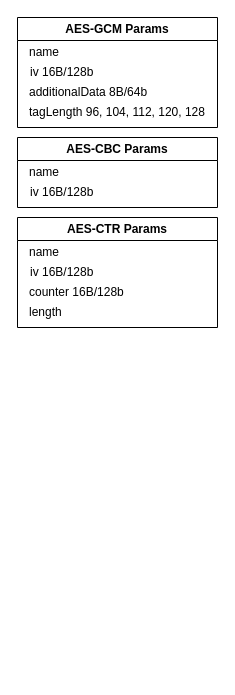
This is wcapi-params.drawio from DanielEllisHarvey/wcapi, a draw.io file, before an edit. Source tidied: cells renumbered, new cells numbered last; positions are measured from the earlier drawing's top-left corner, leaving out a move shared by most shapes. Both pictures are drawn from the tidied source at 100%, with x=0, y=0 at pixel (17, 17).
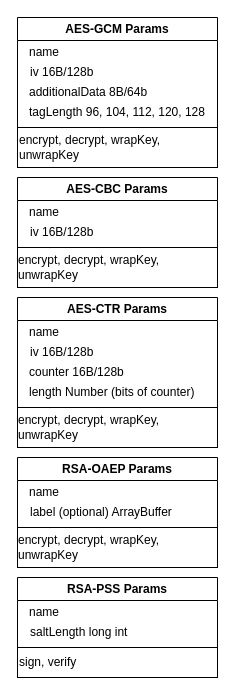
The same page after the edit.

Change to the diagram source:
```diff
@@
     <mxCell id="7" value="AES-CBC Params" style="swimlane;whiteSpace=wrap;html=1;" parent="1" vertex="1">
-      <mxGeometry y="120" width="200" height="70" as="geometry" />
+      <mxGeometry y="160" width="200" height="70" as="geometry" />
     </mxCell>
@@
     <mxCell id="10" value="AES-CTR Params" style="swimlane;whiteSpace=wrap;html=1;" parent="1" vertex="1">
-      <mxGeometry y="200" width="200" height="110" as="geometry" />
+      <mxGeometry y="280" width="200" height="110" as="geometry" />
     </mxCell>
@@
-    <mxCell id="14" value="length " style="text;html=1;align=left;verticalAlign=middle;whiteSpace=wrap;rounded=0;" parent="10" vertex="1">
-      <mxGeometry x="10" y="80" width="130" height="30" as="geometry" />
+    <mxCell id="14" value="length Number (bits of counter)" style="text;html=1;align=left;verticalAlign=middle;whiteSpace=wrap;rounded=0;" parent="10" vertex="1">
+      <mxGeometry x="10" y="80" width="180" height="30" as="geometry" />
     </mxCell>
+    <mxCell id="15" value="RSA-OAEP Params" style="swimlane;whiteSpace=wrap;html=1;" parent="1" vertex="1">
+      <mxGeometry y="440" width="200" height="70" as="geometry" />
+    </mxCell>
+    <mxCell id="16" value="name" style="text;html=1;align=left;verticalAlign=middle;whiteSpace=wrap;rounded=0;" parent="15" vertex="1">
+      <mxGeometry x="10" y="20" width="60" height="30" as="geometry" />
+    </mxCell>
+    <mxCell id="17" value="label (optional) ArrayBuffer" style="text;html=1;align=left;verticalAlign=middle;whiteSpace=wrap;rounded=0;" parent="15" vertex="1">
+      <mxGeometry x="11" y="40" width="159" height="30" as="geometry" />
+    </mxCell>
+    <mxCell id="18" value="&lt;div align=&quot;left&quot;&gt;encrypt, decrypt, wrapKey, unwrapKey&lt;br&gt;&lt;/div&gt;" style="rounded=0;whiteSpace=wrap;html=1;align=left;" parent="1" vertex="1">
+      <mxGeometry y="110" width="200" height="40" as="geometry" />
+    </mxCell>
+    <mxCell id="19" value="&lt;div align=&quot;left&quot;&gt;encrypt, decrypt, wrapKey, unwrapKey&lt;br&gt;&lt;/div&gt;" style="rounded=0;whiteSpace=wrap;html=1;" parent="1" vertex="1">
+      <mxGeometry y="230" width="200" height="40" as="geometry" />
+    </mxCell>
+    <mxCell id="20" value="&lt;div align=&quot;left&quot;&gt;encrypt, decrypt, wrapKey, unwrapKey&lt;br&gt;&lt;/div&gt;" style="rounded=0;whiteSpace=wrap;html=1;" parent="1" vertex="1">
+      <mxGeometry y="390" width="200" height="40" as="geometry" />
+    </mxCell>
+    <mxCell id="21" value="&lt;div align=&quot;left&quot;&gt;encrypt, decrypt, wrapKey, unwrapKey&lt;br&gt;&lt;/div&gt;" style="rounded=0;whiteSpace=wrap;html=1;" parent="1" vertex="1">
+      <mxGeometry y="510" width="200" height="40" as="geometry" />
+    </mxCell>
+    <mxCell id="22" value="RSA-PSS Params" style="swimlane;whiteSpace=wrap;html=1;" parent="1" vertex="1">
+      <mxGeometry y="560" width="200" height="70" as="geometry" />
+    </mxCell>
+    <mxCell id="23" value="name" style="text;html=1;align=left;verticalAlign=middle;whiteSpace=wrap;rounded=0;" parent="22" vertex="1">
+      <mxGeometry x="10" y="20" width="60" height="30" as="geometry" />
+    </mxCell>
+    <mxCell id="24" value="saltLength long int" style="text;html=1;align=left;verticalAlign=middle;whiteSpace=wrap;rounded=0;" parent="22" vertex="1">
+      <mxGeometry x="11" y="40" width="159" height="30" as="geometry" />
+    </mxCell>
+    <mxCell id="25" value="&lt;div&gt;sign, verify&lt;br&gt;&lt;/div&gt;" style="rounded=0;whiteSpace=wrap;html=1;align=left;" parent="1" vertex="1">
+      <mxGeometry y="630" width="200" height="30" as="geometry" />
+    </mxCell>
```
